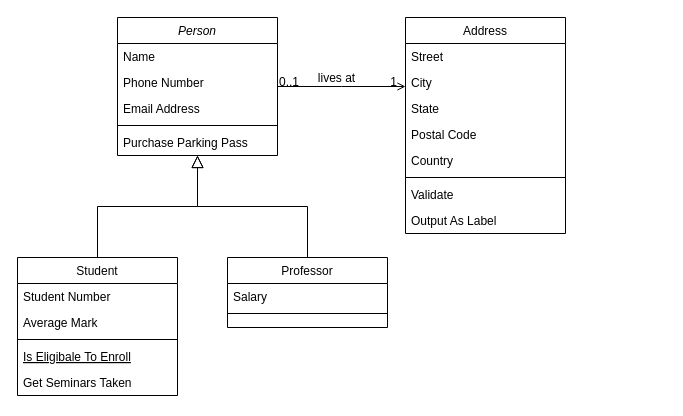
luiscandidohonorio/Tarefas-POO keeps this draw.io diagram as Untitled Diagram.drawio. Above is the earlier version. Source tidied: cells renumbered, new cells numbered last; positions are measured from the earlier drawing's top-left corner, leaving out a move shared by most shapes. Both pictures are drawn from the tidied source at 100%, with x=0, y=0 at pixel (17, 17).
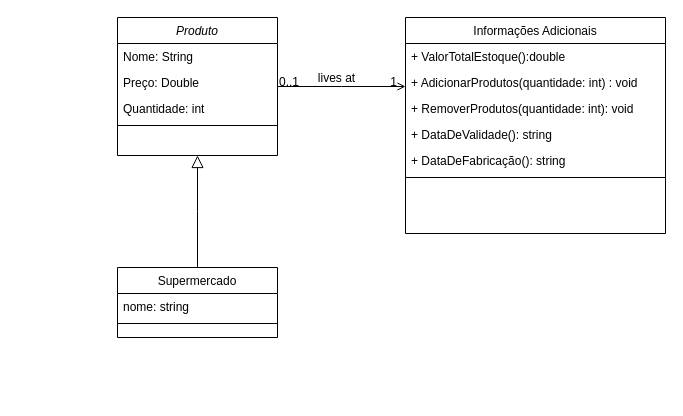
Above is the later version.

What changed in the source:
```diff
@@
-    <mxCell id="2" value="Person" style="swimlane;fontStyle=2;align=center;verticalAlign=top;horizontal=1;startSize=26;rounded=0;shadow=0;strokeWidth=1;" parent="1" vertex="1">
+    <mxCell id="2" value="Produto" style="swimlane;fontStyle=2;align=center;verticalAlign=top;horizontal=1;startSize=26;rounded=0;shadow=0;strokeWidth=1;" parent="1" vertex="1">
       <mxGeometry x="100" width="160" height="138" as="geometry" />
     </mxCell>
-    <mxCell id="3" value="Name" style="text;align=left;verticalAlign=top;spacingLeft=4;spacingRight=4;overflow=hidden;" parent="2" vertex="1">
+    <mxCell id="3" value="Nome: String" style="text;align=left;verticalAlign=top;spacingLeft=4;spacingRight=4;overflow=hidden;" parent="2" vertex="1">
       <mxGeometry y="26" width="160" height="26" as="geometry" />
     </mxCell>
-    <mxCell id="4" value="Phone Number" style="text;align=left;verticalAlign=top;spacingLeft=4;spacingRight=4;overflow=hidden;rounded=0;shadow=0;html=0;" parent="2" vertex="1">
+    <mxCell id="4" value="Preço: Double" style="text;align=left;verticalAlign=top;spacingLeft=4;spacingRight=4;overflow=hidden;rounded=0;shadow=0;html=0;" parent="2" vertex="1">
       <mxGeometry y="52" width="160" height="26" as="geometry" />
     </mxCell>
-    <mxCell id="5" value="Email Address" style="text;align=left;verticalAlign=top;spacingLeft=4;spacingRight=4;overflow=hidden;rounded=0;shadow=0;html=0;" parent="2" vertex="1">
+    <mxCell id="5" value="Quantidade: int" style="text;align=left;verticalAlign=top;spacingLeft=4;spacingRight=4;overflow=hidden;rounded=0;shadow=0;html=0;" parent="2" vertex="1">
       <mxGeometry y="78" width="160" height="26" as="geometry" />
     </mxCell>
@@
-    <mxCell id="7" value="Purchase Parking Pass" style="text;align=left;verticalAlign=top;spacingLeft=4;spacingRight=4;overflow=hidden;" parent="2" vertex="1">
-      <mxGeometry y="112" width="160" height="26" as="geometry" />
-    </mxCell>
-    <mxCell id="8" value="Student" style="swimlane;fontStyle=0;align=center;verticalAlign=top;horizontal=1;startSize=26;rounded=0;shadow=0;strokeWidth=1;" parent="1" vertex="1">
-      <mxGeometry y="240" width="160" height="138" as="geometry" />
-    </mxCell>
-    <mxCell id="9" value="Student Number" style="text;align=left;verticalAlign=top;spacingLeft=4;spacingRight=4;overflow=hidden;" parent="8" vertex="1">
-      <mxGeometry y="26" width="160" height="26" as="geometry" />
-    </mxCell>
-    <mxCell id="10" value="Average Mark" style="text;align=left;verticalAlign=top;spacingLeft=4;spacingRight=4;overflow=hidden;rounded=0;shadow=0;html=0;" parent="8" vertex="1">
-      <mxGeometry y="52" width="160" height="26" as="geometry" />
-    </mxCell>
-    <mxCell id="11" style="line;html=1;strokeWidth=1;align=left;verticalAlign=middle;spacingTop=-1;spacingLeft=3;spacingRight=3;labelPosition=right;" parent="8" vertex="1">
-      <mxGeometry y="78" width="160" height="8" as="geometry" />
-    </mxCell>
-    <mxCell id="12" value="Is Eligibale To Enroll" style="text;align=left;verticalAlign=top;spacingLeft=4;spacingRight=4;overflow=hidden;fontStyle=4;" parent="8" vertex="1">
-      <mxGeometry y="86" width="160" height="26" as="geometry" />
-    </mxCell>
-    <mxCell id="13" value="Get Seminars Taken" style="text;align=left;verticalAlign=top;spacingLeft=4;spacingRight=4;overflow=hidden;" parent="8" vertex="1">
-      <mxGeometry y="112" width="160" height="26" as="geometry" />
-    </mxCell>
-    <mxCell id="14" style="endArrow=block;endSize=10;endFill=0;shadow=0;strokeWidth=1;rounded=0;edgeStyle=elbowEdgeStyle;elbow=vertical;" parent="1" edge="1" source="8" target="2">
-      <mxGeometry relative="1" as="geometry" />
-    </mxCell>
-    <mxCell id="15" value="Professor" style="swimlane;fontStyle=0;align=center;verticalAlign=top;horizontal=1;startSize=26;rounded=0;shadow=0;strokeWidth=1;" parent="1" vertex="1">
-      <mxGeometry x="210" y="240" width="160" height="70" as="geometry" />
-    </mxCell>
-    <mxCell id="16" value="Salary" style="text;align=left;verticalAlign=top;spacingLeft=4;spacingRight=4;overflow=hidden;" parent="15" vertex="1">
-      <mxGeometry y="26" width="160" height="26" as="geometry" />
-    </mxCell>
-    <mxCell id="17" style="line;html=1;strokeWidth=1;align=left;verticalAlign=middle;spacingTop=-1;spacingLeft=3;spacingRight=3;labelPosition=right;" parent="15" vertex="1">
-      <mxGeometry y="52" width="160" height="8" as="geometry" />
-    </mxCell>
@@
-    <mxCell id="19" value="Address" style="swimlane;fontStyle=0;align=center;verticalAlign=top;horizontal=1;startSize=26;rounded=0;shadow=0;strokeWidth=1;" parent="1" vertex="1">
-      <mxGeometry x="388" width="160" height="216" as="geometry" />
+    <mxCell id="19" value="Informações Adicionais" style="swimlane;fontStyle=0;align=center;verticalAlign=top;horizontal=1;startSize=26;rounded=0;shadow=0;strokeWidth=1;" parent="1" vertex="1">
+      <mxGeometry x="388" width="260" height="216" as="geometry" />
     </mxCell>
-    <mxCell id="20" value="Street" style="text;align=left;verticalAlign=top;spacingLeft=4;spacingRight=4;overflow=hidden;" parent="19" vertex="1">
-      <mxGeometry y="26" width="160" height="26" as="geometry" />
+    <mxCell id="20" value="+ ValorTotalEstoque():double" style="text;align=left;verticalAlign=top;spacingLeft=4;spacingRight=4;overflow=hidden;" parent="19" vertex="1">
+      <mxGeometry y="26" width="260" height="26" as="geometry" />
     </mxCell>
-    <mxCell id="21" value="City" style="text;align=left;verticalAlign=top;spacingLeft=4;spacingRight=4;overflow=hidden;rounded=0;shadow=0;html=0;" parent="19" vertex="1">
-      <mxGeometry y="52" width="160" height="26" as="geometry" />
+    <mxCell id="21" value="+ AdicionarProdutos(quantidade: int) : void" style="text;align=left;verticalAlign=top;spacingLeft=4;spacingRight=4;overflow=hidden;rounded=0;shadow=0;html=0;" parent="19" vertex="1">
+      <mxGeometry y="52" width="260" height="26" as="geometry" />
     </mxCell>
-    <mxCell id="22" value="State" style="text;align=left;verticalAlign=top;spacingLeft=4;spacingRight=4;overflow=hidden;rounded=0;shadow=0;html=0;" parent="19" vertex="1">
-      <mxGeometry y="78" width="160" height="26" as="geometry" />
+    <mxCell id="22" value="+ RemoverProdutos(quantidade: int): void" style="text;align=left;verticalAlign=top;spacingLeft=4;spacingRight=4;overflow=hidden;rounded=0;shadow=0;html=0;" parent="19" vertex="1">
+      <mxGeometry y="78" width="260" height="26" as="geometry" />
     </mxCell>
-    <mxCell id="23" value="Postal Code" style="text;align=left;verticalAlign=top;spacingLeft=4;spacingRight=4;overflow=hidden;rounded=0;shadow=0;html=0;" parent="19" vertex="1">
-      <mxGeometry y="104" width="160" height="26" as="geometry" />
+    <mxCell id="23" value="+ DataDeValidade(): string" style="text;align=left;verticalAlign=top;spacingLeft=4;spacingRight=4;overflow=hidden;rounded=0;shadow=0;html=0;" parent="19" vertex="1">
+      <mxGeometry y="104" width="260" height="26" as="geometry" />
     </mxCell>
-    <mxCell id="24" value="Country" style="text;align=left;verticalAlign=top;spacingLeft=4;spacingRight=4;overflow=hidden;rounded=0;shadow=0;html=0;" parent="19" vertex="1">
-      <mxGeometry y="130" width="160" height="26" as="geometry" />
+    <mxCell id="24" value="+ DataDeFabricação(): string" style="text;align=left;verticalAlign=top;spacingLeft=4;spacingRight=4;overflow=hidden;rounded=0;shadow=0;html=0;" parent="19" vertex="1">
+      <mxGeometry y="130" width="260" height="26" as="geometry" />
     </mxCell>
     <mxCell id="25" style="line;html=1;strokeWidth=1;align=left;verticalAlign=middle;spacingTop=-1;spacingLeft=3;spacingRight=3;labelPosition=right;" parent="19" vertex="1">
-      <mxGeometry y="156" width="160" height="8" as="geometry" />
+      <mxGeometry y="156" width="260" height="8" as="geometry" />
     </mxCell>
-    <mxCell id="26" value="Validate" style="text;align=left;verticalAlign=top;spacingLeft=4;spacingRight=4;overflow=hidden;" parent="19" vertex="1">
-      <mxGeometry y="164" width="160" height="26" as="geometry" />
-    </mxCell>
-    <mxCell id="27" value="Output As Label" style="text;align=left;verticalAlign=top;spacingLeft=4;spacingRight=4;overflow=hidden;" parent="19" vertex="1">
-      <mxGeometry y="190" width="160" height="26" as="geometry" />
-    </mxCell>
@@
+    <mxCell id="15" value="Supermercado" style="swimlane;fontStyle=0;align=center;verticalAlign=top;horizontal=1;startSize=26;rounded=0;shadow=0;strokeWidth=1;" parent="1" vertex="1">
+      <mxGeometry x="100" y="250" width="160" height="70" as="geometry" />
+    </mxCell>
+    <mxCell id="16" value="nome: string" style="text;align=left;verticalAlign=top;spacingLeft=4;spacingRight=4;overflow=hidden;" parent="15" vertex="1">
+      <mxGeometry y="26" width="160" height="26" as="geometry" />
+    </mxCell>
+    <mxCell id="17" style="line;html=1;strokeWidth=1;align=left;verticalAlign=middle;spacingTop=-1;spacingLeft=3;spacingRight=3;labelPosition=right;" parent="15" vertex="1">
+      <mxGeometry y="52" width="160" height="8" as="geometry" />
+    </mxCell>
```
